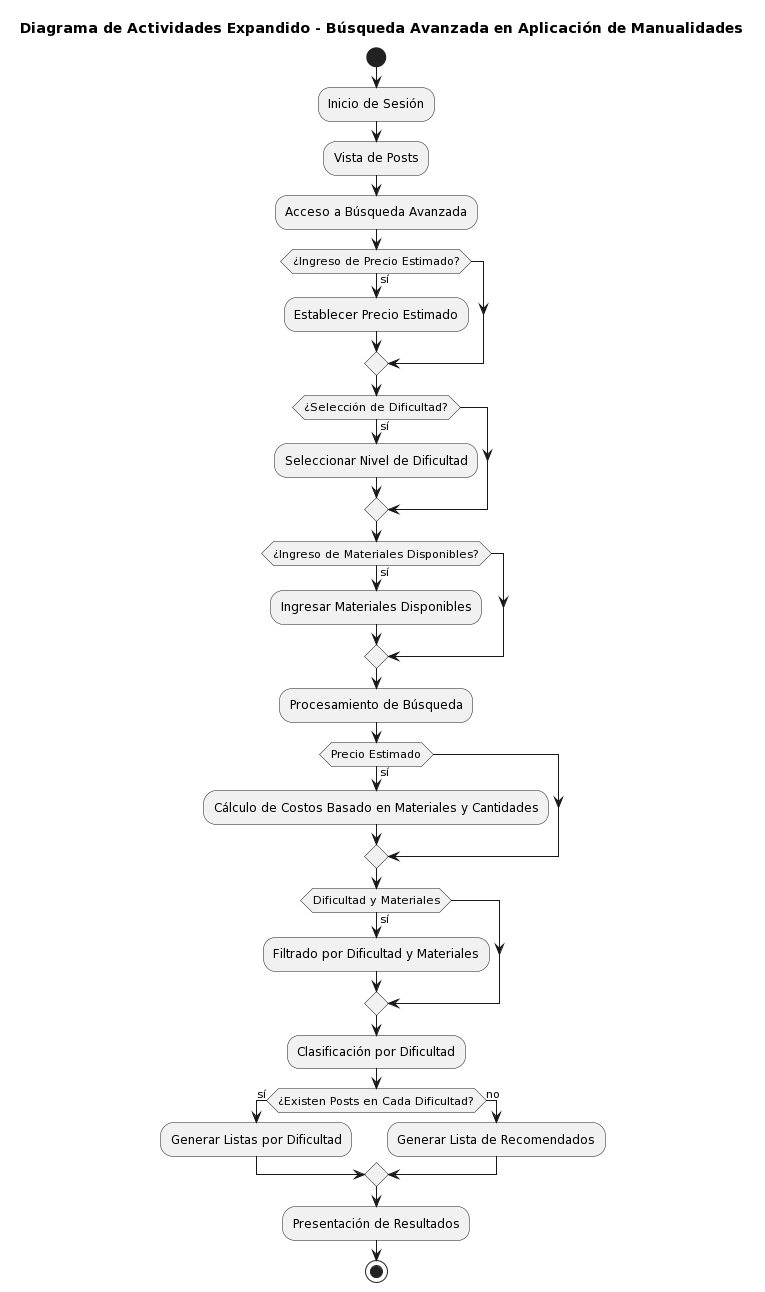
josemita0301/BlazorServerApp keeps this PlantUML diagram as BusquedaAvanzadaDiagrama.png. Above is the earlier version.
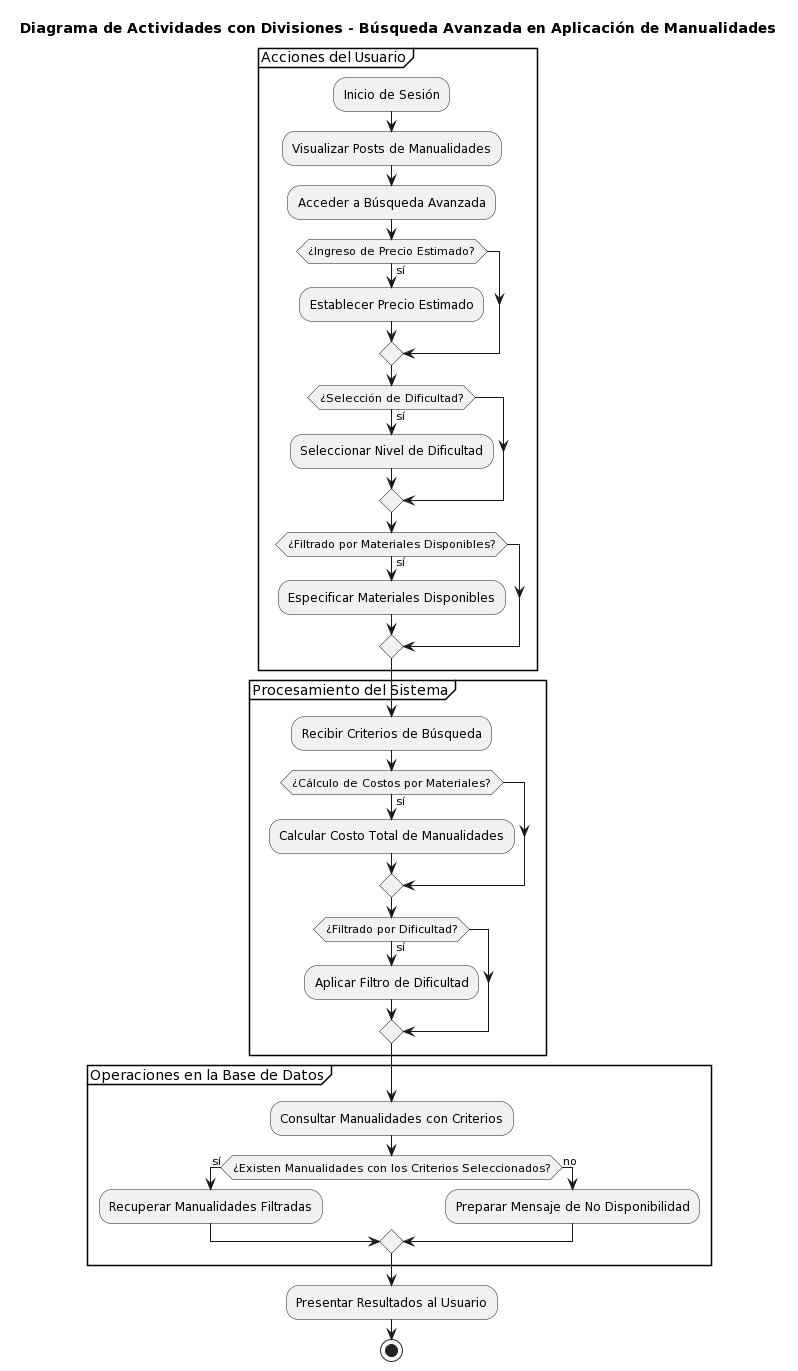
After the change.

What changed in the source:
```diff
@@ -1,42 +1,41 @@
 @startuml
-title Diagrama de Actividades Expandido - Búsqueda Avanzada en Aplicación de Manualidades
+title Diagrama de Actividades con Divisiones - Búsqueda Avanzada en Aplicación de Manualidades
 
-start
-
-:Inicio de Sesión;
-
-:Vista de Posts;
-
-:Acceso a Búsqueda Avanzada;
+partition "Acciones del Usuario" {
+    :Inicio de Sesión;
+    :Visualizar Posts de Manualidades;
+    :Acceder a Búsqueda Avanzada;
     if (¿Ingreso de Precio Estimado?) then (sí)
         :Establecer Precio Estimado;
     endif
-
     if (¿Selección de Dificultad?) then (sí)
         :Seleccionar Nivel de Dificultad;
     endif
+    if (¿Filtrado por Materiales Disponibles?) then (sí)
+        :Especificar Materiales Disponibles;
+    endif
+}
 
-    if (¿Ingreso de Materiales Disponibles?) then (sí)
-        :Ingresar Materiales Disponibles;
+partition "Procesamiento del Sistema" {
+    :Recibir Criterios de Búsqueda;
+    if (¿Cálculo de Costos por Materiales?) then (sí)
+        :Calcular Costo Total de Manualidades;
     endif
+    if (¿Filtrado por Dificultad?) then (sí)
+        :Aplicar Filtro de Dificultad;
+    endif
+}
 
-:Procesamiento de Búsqueda;
-    if (Precio Estimado) then (sí)
-        :Cálculo de Costos Basado en Materiales y Cantidades;
+partition "Operaciones en la Base de Datos" {
+    :Consultar Manualidades con Criterios;
+    if (¿Existen Manualidades con los Criterios Seleccionados?) then (sí)
+        :Recuperar Manualidades Filtradas;
+    else (no)
+        :Preparar Mensaje de No Disponibilidad;
     endif
+}
 
-    if (Dificultad y Materiales) then (sí)
-        :Filtrado por Dificultad y Materiales;
-    endif
-
-:Clasificación por Dificultad;
-    if (¿Existen Posts en Cada Dificultad?) then (sí)
-        :Generar Listas por Dificultad;
-    else (no)
-        :Generar Lista de Recomendados;
-    endif
-
-:Presentación de Resultados;
+:Presentar Resultados al Usuario;
 
 stop
 @enduml
```
